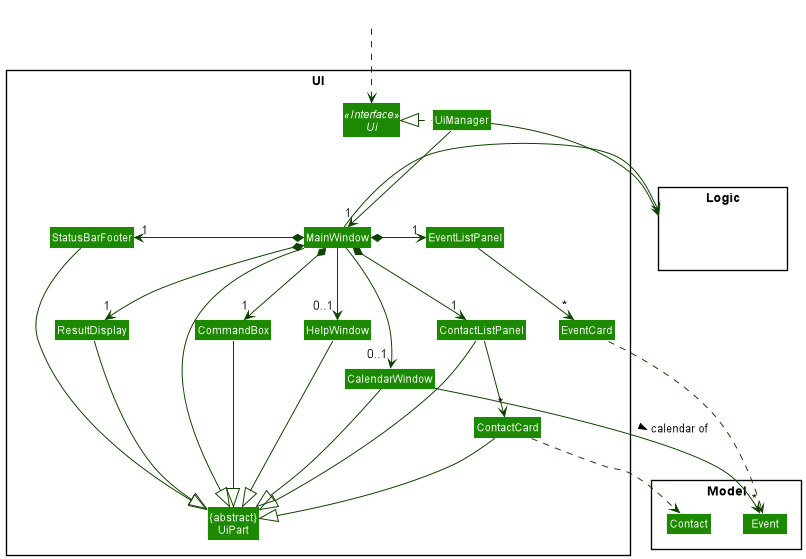
xiangjunn/tp keeps this PlantUML diagram as docs/images/UiClassDiagram.png. Above is the earlier version.
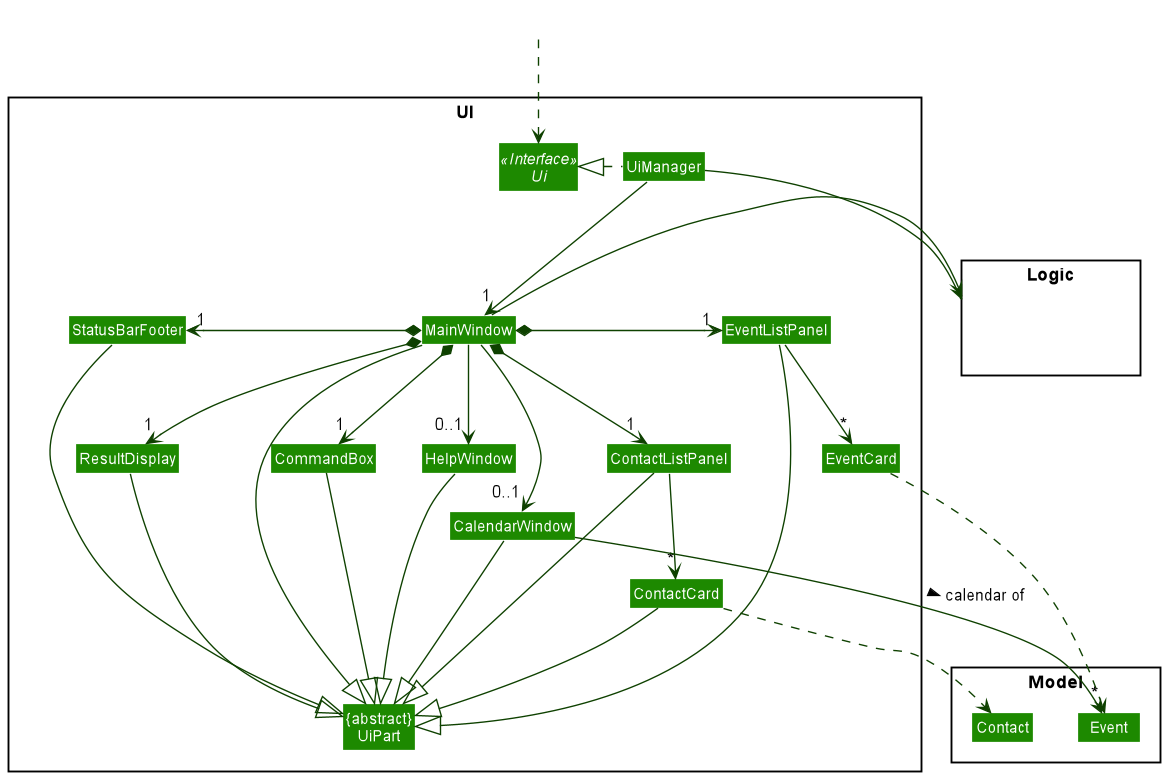
The same diagram one commit later.

What changed in the source:
```diff
@@ -50,6 +50,7 @@
 ResultDisplay --|> UiPart
 CommandBox --|> UiPart
 ContactListPanel --|> UiPart
+EventListPanel --|> UiPart
 ContactCard --|> UiPart
 StatusBarFooter --|> UiPart
 HelpWindow --|> UiPart
```
